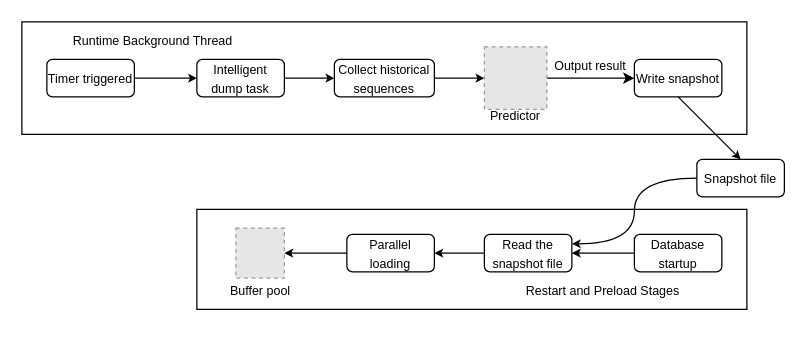
Above: preload.drawio in zybzyb-123/ZYB (draw.io), before the change. Source tidied: cells renumbered, new cells numbered last; positions are measured from the earlier drawing's top-left corner, leaving out a move shared by most shapes. Both pictures are drawn from the tidied source at 125%, with x=0, y=0 at pixel (21, 21). Pictures stored in the file or linked from it are replaced by grey dashed boxes.
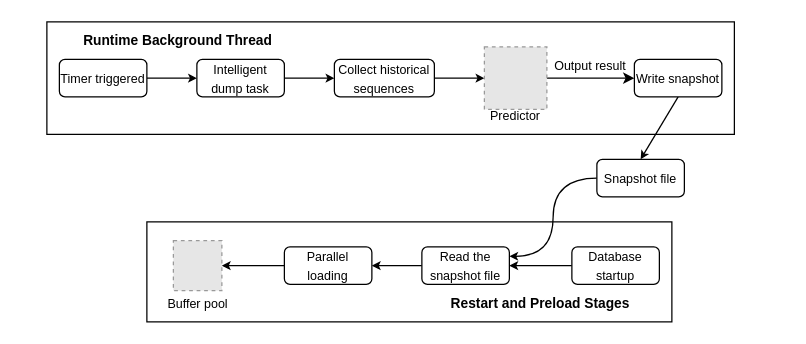
After the change.

The edit, as a diff of the source:
```diff
@@
     <mxCell id="2" style="rounded=0;whiteSpace=wrap;html=1;" parent="1" vertex="1">
-      <mxGeometry x="140" y="150" width="440" height="80" as="geometry" />
+      <mxGeometry x="100" y="160" width="420" height="80" as="geometry" />
     </mxCell>
     <mxCell id="3" style="rounded=0;whiteSpace=wrap;html=1;" parent="1" vertex="1">
-      <mxGeometry width="580" height="90" as="geometry" />
+      <mxGeometry x="20" width="550" height="90" as="geometry" />
     </mxCell>
@@
     <mxCell id="5" value="&lt;font style=&quot;vertical-align: inherit; font-size: 10px;&quot; dir=&quot;auto&quot;&gt;Timer triggered&lt;/font&gt;" style="rounded=1;whiteSpace=wrap;html=1;" parent="1" vertex="1">
-      <mxGeometry x="20" y="30" width="70" height="30" as="geometry" />
+      <mxGeometry x="30" y="30" width="70" height="30" as="geometry" />
     </mxCell>
@@
     <mxCell id="16" value="&lt;span style=&quot;font-size: 10px;&quot;&gt;Snapshot file&lt;/span&gt;" style="rounded=1;whiteSpace=wrap;html=1;" parent="1" vertex="1">
-      <mxGeometry x="540" y="110" width="70" height="30" as="geometry" />
+      <mxGeometry x="460" y="110" width="70" height="30" as="geometry" />
     </mxCell>
@@
     <mxCell id="18" value="&lt;font style=&quot;vertical-align: inherit; font-size: 10px;&quot; dir=&quot;auto&quot;&gt;Database startup&lt;/font&gt;" style="rounded=1;whiteSpace=wrap;html=1;" parent="1" vertex="1">
-      <mxGeometry x="490" y="170" width="70" height="30" as="geometry" />
+      <mxGeometry x="440" y="180" width="70" height="30" as="geometry" />
     </mxCell>
@@
     <mxCell id="20" value="&lt;font style=&quot;vertical-align: inherit; font-size: 10px;&quot; dir=&quot;auto&quot;&gt;Read the snapshot file&lt;/font&gt;" style="rounded=1;whiteSpace=wrap;html=1;" parent="1" vertex="1">
-      <mxGeometry x="370" y="170" width="70" height="30" as="geometry" />
+      <mxGeometry x="320" y="180" width="70" height="30" as="geometry" />
     </mxCell>
@@
     <mxCell id="22" value="&lt;font style=&quot;vertical-align: inherit; font-size: 10px;&quot; dir=&quot;auto&quot;&gt;Parallel loading&lt;/font&gt;" style="rounded=1;whiteSpace=wrap;html=1;" parent="1" vertex="1">
-      <mxGeometry x="260" y="170" width="70" height="30" as="geometry" />
+      <mxGeometry x="210" y="180" width="70" height="30" as="geometry" />
     </mxCell>
-    <mxCell id="23" value="&lt;font style=&quot;font-size: 10px;&quot;&gt;Runtime Background Thread&lt;/font&gt;" style="text;html=1;align=center;verticalAlign=middle;whiteSpace=wrap;rounded=0;" parent="1" vertex="1">
-      <mxGeometry width="210" height="30" as="geometry" />
+    <mxCell id="23" value="&lt;font style=&quot;font-size: 11px;&quot;&gt;&lt;b style=&quot;&quot;&gt;Runtime Background Thread&lt;/b&gt;&lt;/font&gt;" style="text;html=1;align=center;verticalAlign=middle;whiteSpace=wrap;rounded=0;" parent="1" vertex="1">
+      <mxGeometry x="20" width="210" height="30" as="geometry" />
     </mxCell>
-    <mxCell id="24" value="&lt;font style=&quot;font-size: 10px;&quot;&gt;Restart and Preload Stages&lt;/font&gt;" style="text;html=1;align=center;verticalAlign=middle;whiteSpace=wrap;rounded=0;" parent="1" vertex="1">
-      <mxGeometry x="360" y="200" width="210" height="30" as="geometry" />
+    <mxCell id="24" value="&lt;font style=&quot;font-size: 11px;&quot;&gt;&lt;b style=&quot;&quot;&gt;Restart and Preload Stages&lt;/b&gt;&lt;/font&gt;" style="text;html=1;align=center;verticalAlign=middle;whiteSpace=wrap;rounded=0;" parent="1" vertex="1">
+      <mxGeometry x="310" y="210" width="210" height="30" as="geometry" />
     </mxCell>
@@
     <mxCell id="26" style="fillColor=#E6E6E6;strokeColor=#999999;dashed=1;verticalLabelPosition=bottom;verticalAlign=top;" parent="1" vertex="1">
-      <mxGeometry x="171.2" y="165" width="38.8" height="40" as="geometry" />
+      <mxGeometry x="121.2" y="175" width="38.8" height="40" as="geometry" />
     </mxCell>
     <mxCell id="27" value="&lt;font style=&quot;font-size: 10px;&quot;&gt;Buffer pool&lt;/font&gt;" style="text;html=1;align=center;verticalAlign=middle;whiteSpace=wrap;rounded=0;" parent="1" vertex="1">
-      <mxGeometry x="160.6" y="200" width="60" height="30" as="geometry" />
+      <mxGeometry x="110.6" y="210" width="60" height="30" as="geometry" />
     </mxCell>
```
